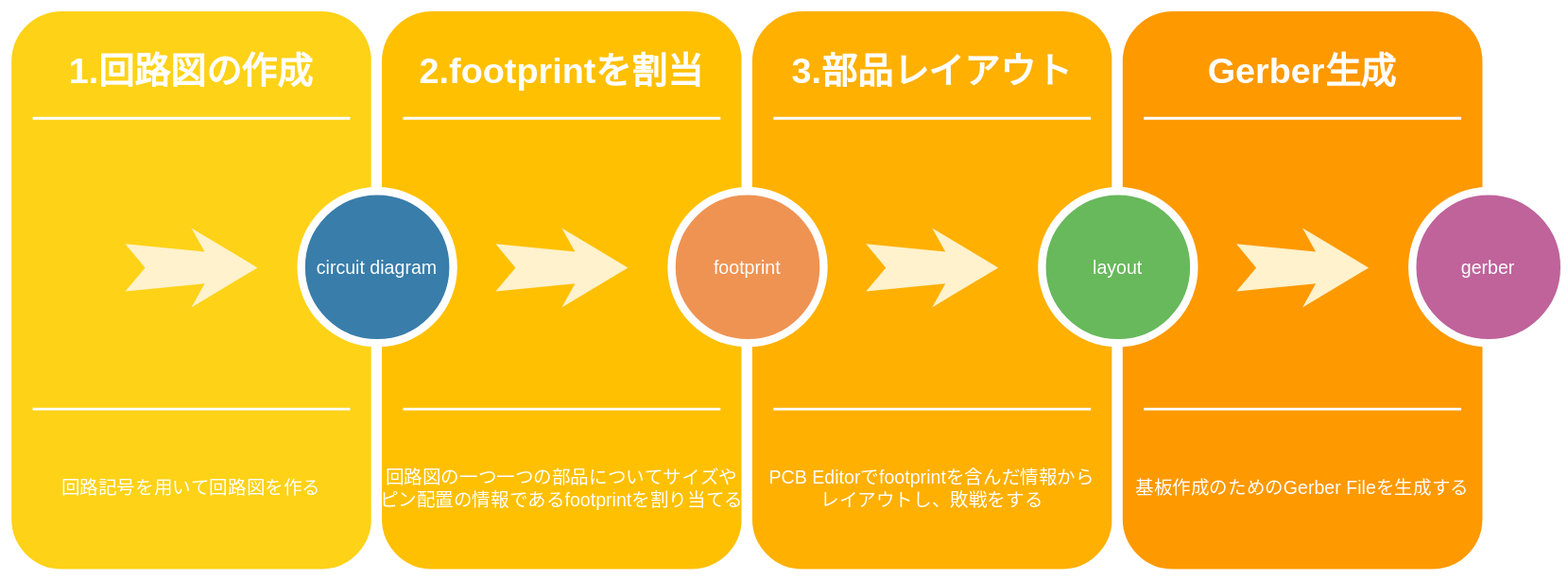
Above: images/KiCAD7.drawio.svg in etalli/HOWTO (draw.io), before the change. Source tidied: cells renumbered, new cells last; positions are measured from the earlier drawing's top-left corner, leaving out a move shared by most shapes.
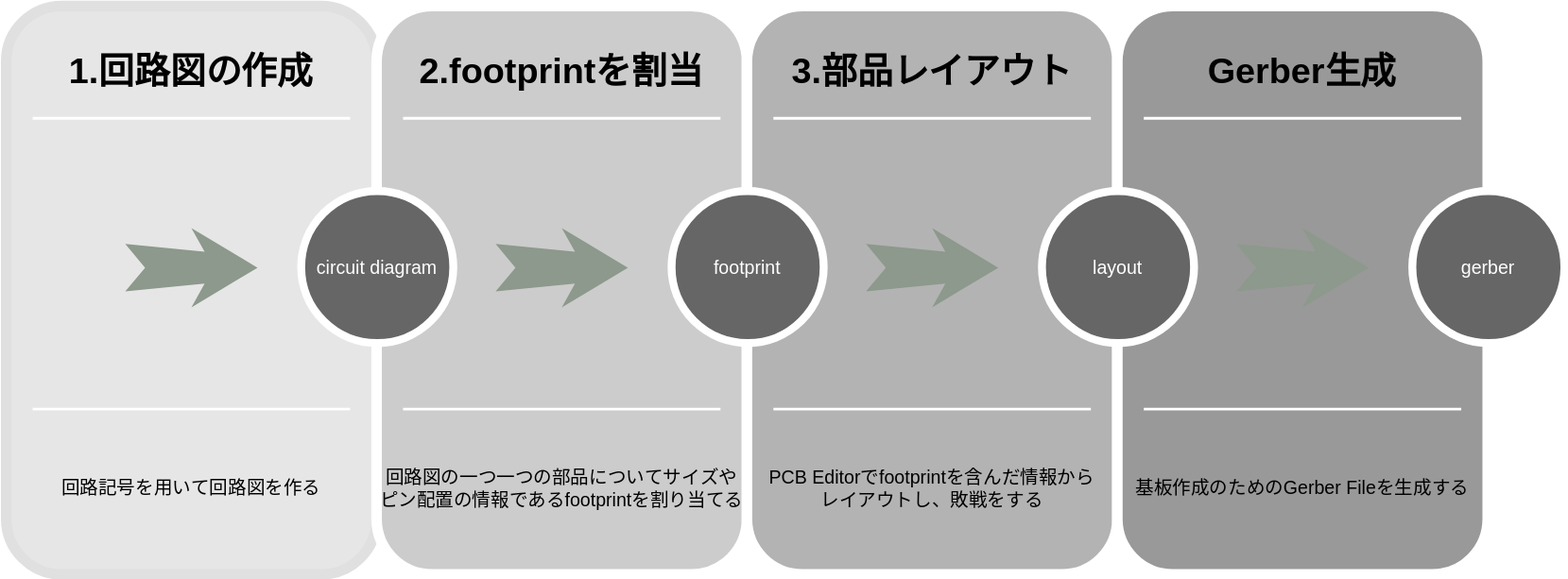
The same file after the commit.

Change to the diagram source:
```diff
@@ -2,13 +2,13 @@
   <root>
     <mxCell id="0" />
     <mxCell id="1" parent="0" />
-    <mxCell id="2" style="whiteSpace=wrap;html=1;rounded=1;shadow=0;strokeWidth=8;fontSize=20;align=center;fillColor=#FED217;strokeColor=#FFFFFF;" parent="1" vertex="1">
+    <mxCell id="2" style="whiteSpace=wrap;html=1;rounded=1;shadow=0;strokeWidth=8;fontSize=20;align=center;fillColor=#E6E6E6;strokeColor=#E0E0E0;" parent="1" vertex="1">
       <mxGeometry width="280" height="430" as="geometry" />
     </mxCell>
-    <mxCell id="3" value="1.回路図の作成" style="text;html=1;strokeColor=none;fillColor=none;align=center;verticalAlign=middle;whiteSpace=wrap;rounded=0;shadow=0;fontSize=27;fontColor=#FFFFFF;fontStyle=1;" parent="1" vertex="1">
+    <mxCell id="3" value="&lt;font color=&quot;#000000&quot;&gt;1.回路図の作成&lt;/font&gt;" style="text;html=1;strokeColor=none;fillColor=none;align=center;verticalAlign=middle;whiteSpace=wrap;rounded=0;shadow=0;fontSize=27;fontColor=#FFFFFF;fontStyle=1;" parent="1" vertex="1">
       <mxGeometry y="20" width="280" height="60" as="geometry" />
     </mxCell>
-    <mxCell id="4" value="回路記号を用いて回路図を作る" style="text;html=1;strokeColor=none;fillColor=none;align=center;verticalAlign=middle;whiteSpace=wrap;rounded=0;shadow=0;fontSize=14;fontColor=#FFFFFF;" parent="1" vertex="1">
+    <mxCell id="4" value="回路記号を用いて回路図を作る" style="text;html=1;strokeColor=none;fillColor=none;align=center;verticalAlign=middle;whiteSpace=wrap;rounded=0;shadow=0;fontSize=14;fontColor=#000000;" parent="1" vertex="1">
       <mxGeometry y="320" width="280" height="90" as="geometry" />
     </mxCell>
     <mxCell id="5" style="line;strokeWidth=2;html=1;rounded=0;shadow=0;fontSize=27;align=center;fillColor=none;strokeColor=#FFFFFF;" parent="1" vertex="1">
@@ -17,16 +17,16 @@
     <mxCell id="6" style="line;strokeWidth=2;html=1;rounded=0;shadow=0;fontSize=27;align=center;fillColor=none;strokeColor=#FFFFFF;" parent="1" vertex="1">
       <mxGeometry x="20" y="300" width="240" height="10" as="geometry" />
     </mxCell>
-    <mxCell id="7" style="html=1;shadow=0;dashed=0;align=center;verticalAlign=middle;shape=mxgraph.arrows2.stylisedArrow;dy=0.6;dx=40;notch=15;feather=0.4;rounded=0;strokeWidth=1;fontSize=27;strokeColor=none;fillColor=#fff2cc;" parent="1" vertex="1">
+    <mxCell id="7" style="html=1;shadow=0;dashed=0;align=center;verticalAlign=middle;shape=mxgraph.arrows2.stylisedArrow;dy=0.6;dx=40;notch=15;feather=0.4;rounded=0;strokeWidth=1;fontSize=27;strokeColor=none;fillColor=#8C998C;fontColor=#E6E6E6;" parent="1" vertex="1">
       <mxGeometry x="90" y="168" width="100" height="60" as="geometry" />
     </mxCell>
-    <mxCell id="8" style="whiteSpace=wrap;html=1;rounded=1;shadow=0;strokeWidth=8;fontSize=20;align=center;fillColor=#FFC001;strokeColor=#FFFFFF;" parent="1" vertex="1">
+    <mxCell id="8" style="whiteSpace=wrap;html=1;rounded=1;shadow=0;strokeWidth=8;fontSize=20;align=center;fillColor=#CCCCCC;strokeColor=#FFFFFF;" parent="1" vertex="1">
       <mxGeometry x="280" width="280" height="430" as="geometry" />
     </mxCell>
-    <mxCell id="9" value="2.footprintを割当" style="text;html=1;strokeColor=none;fillColor=none;align=center;verticalAlign=middle;whiteSpace=wrap;rounded=0;shadow=0;fontSize=27;fontColor=#FFFFFF;fontStyle=1;" parent="1" vertex="1">
+    <mxCell id="9" value="2.footprintを割当" style="text;html=1;strokeColor=none;fillColor=none;align=center;verticalAlign=middle;whiteSpace=wrap;rounded=0;shadow=0;fontSize=27;fontColor=#000000;fontStyle=1;" parent="1" vertex="1">
       <mxGeometry x="280" y="20" width="280" height="60" as="geometry" />
     </mxCell>
-    <mxCell id="10" value="回路図の一つ一つの部品についてサイズやピン配置の情報であるfootprintを割り当てる" style="text;html=1;strokeColor=none;fillColor=none;align=center;verticalAlign=middle;whiteSpace=wrap;rounded=0;shadow=0;fontSize=14;fontColor=#FFFFFF;" parent="1" vertex="1">
+    <mxCell id="10" value="回路図の一つ一つの部品についてサイズやピン配置の情報であるfootprintを割り当てる" style="text;html=1;strokeColor=none;fillColor=none;align=center;verticalAlign=middle;whiteSpace=wrap;rounded=0;shadow=0;fontSize=14;fontColor=#000000;" parent="1" vertex="1">
       <mxGeometry x="280" y="320" width="280" height="90" as="geometry" />
     </mxCell>
     <mxCell id="11" style="line;strokeWidth=2;html=1;rounded=0;shadow=0;fontSize=27;align=center;fillColor=none;strokeColor=#FFFFFF;" parent="1" vertex="1">
@@ -35,19 +35,19 @@
     <mxCell id="12" style="line;strokeWidth=2;html=1;rounded=0;shadow=0;fontSize=27;align=center;fillColor=none;strokeColor=#FFFFFF;" parent="1" vertex="1">
       <mxGeometry x="300" y="300" width="240" height="10" as="geometry" />
     </mxCell>
-    <mxCell id="13" value="circuit diagram" style="ellipse;whiteSpace=wrap;html=1;rounded=0;shadow=0;strokeWidth=6;fontSize=14;align=center;fillColor=#397DAA;strokeColor=#FFFFFF;fontColor=#FFFFFF;" parent="1" vertex="1">
+    <mxCell id="13" value="circuit diagram" style="ellipse;whiteSpace=wrap;html=1;rounded=0;shadow=0;strokeWidth=6;fontSize=14;align=center;fillColor=#666666;strokeColor=#FFFFFF;fontColor=#FFFFFF;" parent="1" vertex="1">
       <mxGeometry x="223" y="140" width="115" height="115" as="geometry" />
     </mxCell>
-    <mxCell id="14" style="html=1;shadow=0;dashed=0;align=center;verticalAlign=middle;shape=mxgraph.arrows2.stylisedArrow;dy=0.6;dx=40;notch=15;feather=0.4;rounded=0;strokeWidth=1;fontSize=27;strokeColor=none;fillColor=#fff2cc;" parent="1" vertex="1">
+    <mxCell id="14" style="html=1;shadow=0;dashed=0;align=center;verticalAlign=middle;shape=mxgraph.arrows2.stylisedArrow;dy=0.6;dx=40;notch=15;feather=0.4;rounded=0;strokeWidth=1;fontSize=27;strokeColor=none;fillColor=#8C998C;fontColor=#E6E6E6;" parent="1" vertex="1">
       <mxGeometry x="370" y="168" width="100" height="60" as="geometry" />
     </mxCell>
-    <mxCell id="15" style="whiteSpace=wrap;html=1;rounded=1;shadow=0;strokeWidth=8;fontSize=20;align=center;fillColor=#FFB001;strokeColor=#FFFFFF;" parent="1" vertex="1">
+    <mxCell id="15" style="whiteSpace=wrap;html=1;rounded=1;shadow=0;strokeWidth=8;fontSize=20;align=center;fillColor=#B3B3B3;strokeColor=#FFFFFF;" parent="1" vertex="1">
       <mxGeometry x="560" width="280" height="430" as="geometry" />
     </mxCell>
-    <mxCell id="16" value="3.部品レイアウト" style="text;html=1;strokeColor=none;fillColor=none;align=center;verticalAlign=middle;whiteSpace=wrap;rounded=0;shadow=0;fontSize=27;fontColor=#FFFFFF;fontStyle=1;" parent="1" vertex="1">
+    <mxCell id="16" value="3.部品レイアウト" style="text;html=1;strokeColor=none;fillColor=none;align=center;verticalAlign=middle;whiteSpace=wrap;rounded=0;shadow=0;fontSize=27;fontColor=#000000;fontStyle=1;" parent="1" vertex="1">
       <mxGeometry x="560" y="20" width="280" height="60" as="geometry" />
     </mxCell>
-    <mxCell id="17" value="PCB Editorでfootprintを含んだ情報から&lt;br&gt;レイアウトし、敗戦をする" style="text;html=1;strokeColor=none;fillColor=none;align=center;verticalAlign=middle;whiteSpace=wrap;rounded=0;shadow=0;fontSize=14;fontColor=#FFFFFF;" parent="1" vertex="1">
+    <mxCell id="17" value="PCB Editorでfootprintを含んだ情報から&lt;br&gt;レイアウトし、敗戦をする" style="text;html=1;strokeColor=none;fillColor=none;align=center;verticalAlign=middle;whiteSpace=wrap;rounded=0;shadow=0;fontSize=14;fontColor=#000000;" parent="1" vertex="1">
       <mxGeometry x="560" y="320" width="280" height="90" as="geometry" />
     </mxCell>
     <mxCell id="18" style="line;strokeWidth=2;html=1;rounded=0;shadow=0;fontSize=27;align=center;fillColor=none;strokeColor=#FFFFFF;" parent="1" vertex="1">
@@ -56,19 +56,19 @@
     <mxCell id="19" style="line;strokeWidth=2;html=1;rounded=0;shadow=0;fontSize=27;align=center;fillColor=none;strokeColor=#FFFFFF;" parent="1" vertex="1">
       <mxGeometry x="580" y="300" width="240" height="10" as="geometry" />
     </mxCell>
-    <mxCell id="20" value="footprint" style="ellipse;whiteSpace=wrap;html=1;rounded=0;shadow=0;strokeWidth=6;fontSize=14;align=center;fillColor=#EF9353;strokeColor=#FFFFFF;fontColor=#FFFFFF;" parent="1" vertex="1">
+    <mxCell id="20" value="footprint" style="ellipse;whiteSpace=wrap;html=1;rounded=0;shadow=0;strokeWidth=6;fontSize=14;align=center;fillColor=#666666;strokeColor=#FFFFFF;fontColor=#FFFFFF;" parent="1" vertex="1">
       <mxGeometry x="503" y="140" width="115" height="115" as="geometry" />
     </mxCell>
-    <mxCell id="21" style="html=1;shadow=0;dashed=0;align=center;verticalAlign=middle;shape=mxgraph.arrows2.stylisedArrow;dy=0.6;dx=40;notch=15;feather=0.4;rounded=0;strokeWidth=1;fontSize=27;strokeColor=none;fillColor=#fff2cc;" parent="1" vertex="1">
+    <mxCell id="21" style="html=1;shadow=0;dashed=0;align=center;verticalAlign=middle;shape=mxgraph.arrows2.stylisedArrow;dy=0.6;dx=40;notch=15;feather=0.4;rounded=0;strokeWidth=1;fontSize=27;strokeColor=none;fillColor=#8C998C;fontColor=#E6E6E6;" parent="1" vertex="1">
       <mxGeometry x="650" y="168" width="100" height="60" as="geometry" />
     </mxCell>
-    <mxCell id="22" style="whiteSpace=wrap;html=1;rounded=1;shadow=0;strokeWidth=8;fontSize=20;align=center;fillColor=#FE9900;strokeColor=#FFFFFF;" parent="1" vertex="1">
+    <mxCell id="22" style="whiteSpace=wrap;html=1;rounded=1;shadow=0;strokeWidth=8;fontSize=20;align=center;fillColor=#999999;strokeColor=#FFFFFF;" parent="1" vertex="1">
       <mxGeometry x="840" width="280" height="430" as="geometry" />
     </mxCell>
-    <mxCell id="23" value="Gerber生成" style="text;html=1;strokeColor=none;fillColor=none;align=center;verticalAlign=middle;whiteSpace=wrap;rounded=0;shadow=0;fontSize=27;fontColor=#FFFFFF;fontStyle=1;" parent="1" vertex="1">
+    <mxCell id="23" value="Gerber生成" style="text;html=1;strokeColor=none;fillColor=none;align=center;verticalAlign=middle;whiteSpace=wrap;rounded=0;shadow=0;fontSize=27;fontColor=#000000;fontStyle=1;" parent="1" vertex="1">
       <mxGeometry x="840" y="20" width="280" height="60" as="geometry" />
     </mxCell>
-    <mxCell id="24" value="基板作成のためのGerber Fileを生成する" style="text;html=1;strokeColor=none;fillColor=none;align=center;verticalAlign=middle;whiteSpace=wrap;rounded=0;shadow=0;fontSize=14;fontColor=#FFFFFF;" parent="1" vertex="1">
+    <mxCell id="24" value="基板作成のためのGerber Fileを生成する" style="text;html=1;strokeColor=none;fillColor=none;align=center;verticalAlign=middle;whiteSpace=wrap;rounded=0;shadow=0;fontSize=14;fontColor=#000000;" parent="1" vertex="1">
       <mxGeometry x="840" y="320" width="280" height="90" as="geometry" />
     </mxCell>
     <mxCell id="25" style="line;strokeWidth=2;html=1;rounded=0;shadow=0;fontSize=27;align=center;fillColor=none;strokeColor=#FFFFFF;" parent="1" vertex="1">
@@ -77,13 +77,13 @@
     <mxCell id="26" style="line;strokeWidth=2;html=1;rounded=0;shadow=0;fontSize=27;align=center;fillColor=none;strokeColor=#FFFFFF;" parent="1" vertex="1">
       <mxGeometry x="860" y="300" width="240" height="10" as="geometry" />
     </mxCell>
-    <mxCell id="27" value="layout" style="ellipse;whiteSpace=wrap;html=1;rounded=0;shadow=0;strokeWidth=6;fontSize=14;align=center;fillColor=#68B85C;strokeColor=#FFFFFF;fontColor=#FFFFFF;" parent="1" vertex="1">
+    <mxCell id="27" value="layout" style="ellipse;whiteSpace=wrap;html=1;rounded=0;shadow=0;strokeWidth=6;fontSize=14;align=center;fillColor=#666666;strokeColor=#FFFFFF;fontColor=#FFFFFF;" parent="1" vertex="1">
       <mxGeometry x="783" y="140" width="115" height="115" as="geometry" />
     </mxCell>
-    <mxCell id="28" style="html=1;shadow=0;dashed=0;align=center;verticalAlign=middle;shape=mxgraph.arrows2.stylisedArrow;dy=0.6;dx=40;notch=15;feather=0.4;rounded=0;strokeWidth=1;fontSize=27;strokeColor=none;fillColor=#fff2cc;" parent="1" vertex="1">
+    <mxCell id="28" style="html=1;shadow=0;dashed=0;align=center;verticalAlign=middle;shape=mxgraph.arrows2.stylisedArrow;dy=0.6;dx=40;notch=15;feather=0.4;rounded=0;strokeWidth=1;fontSize=27;strokeColor=none;fillColor=#8C998C;fontColor=#E6E6E6;" parent="1" vertex="1">
       <mxGeometry x="930" y="168" width="100" height="60" as="geometry" />
     </mxCell>
-    <mxCell id="29" value="gerber" style="ellipse;whiteSpace=wrap;html=1;rounded=0;shadow=0;strokeWidth=6;fontSize=14;align=center;fillColor=#BF639A;strokeColor=#FFFFFF;fontColor=#FFFFFF;" parent="1" vertex="1">
+    <mxCell id="29" value="gerber" style="ellipse;whiteSpace=wrap;html=1;rounded=0;shadow=0;strokeWidth=6;fontSize=14;align=center;fillColor=#666666;strokeColor=#FFFFFF;fontColor=#FFFFFF;" parent="1" vertex="1">
       <mxGeometry x="1063" y="140" width="115" height="115" as="geometry" />
     </mxCell>
   </root>
```
